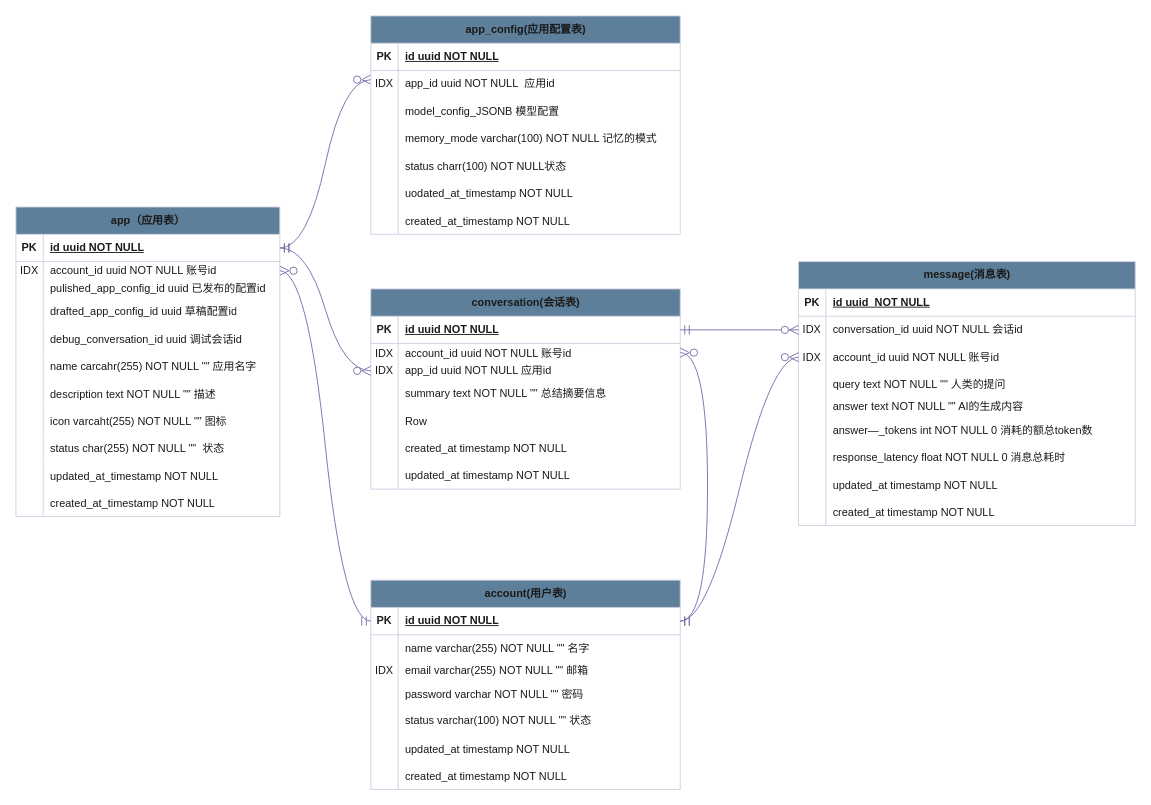
This is LLMOps数据库示意图.drawio from shlongqishi/llmops, a draw.io file, before an edit. Source tidied: cells renumbered, new cells numbered last; positions are measured from the earlier drawing's top-left corner, leaving out a move shared by most shapes. Both pictures are drawn from the tidied source at 91%, with x=0, y=0 at pixel (15, 15).
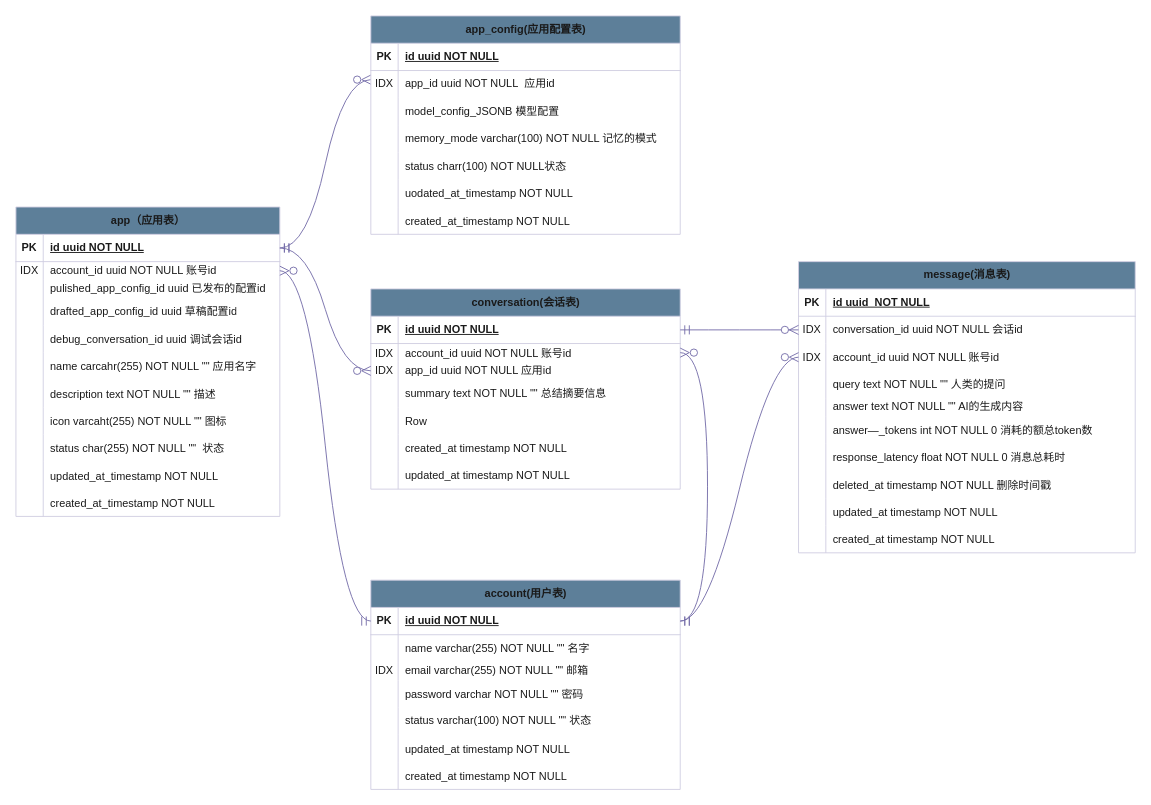
The same diagram, later.

Commit message:
更新LLMOps数据库示意图.drawio

Diff of the diagram source:
```diff
@@
     <mxCell id="81" value="message(消息表)" style="shape=table;startSize=30;childLayout=tableLayout;rowLines=0;fontStyle=1;align=center;html=1;labelBackgroundColor=none;fillColor=#5D7F99;strokeColor=#D0CEE2;fontColor=#1A1A1A;" parent="1" vertex="1">
-      <mxGeometry x="860" y="270" width="370" height="290" as="geometry" />
+      <mxGeometry x="860" y="270" width="370" height="320" as="geometry" />
     </mxCell>
@@
+    <mxCell id="136" style="shape=tableRow;horizontal=0;startSize=0;swimlaneHead=0;swimlaneBody=0;fillColor=none;top=0;left=0;right=0;bottom=0;strokeColor=#D0CEE2;fontColor=#1A1A1A;" parent="81" vertex="1">
+      <mxGeometry y="230" width="370" height="30" as="geometry" />
+    </mxCell>
+    <mxCell id="137" style="shape=partialRectangle;fillColor=none;top=0;left=0;bottom=0;right=0;overflow=hidden;strokeColor=#D0CEE2;fontColor=#1A1A1A;" parent="136" vertex="1">
+      <mxGeometry width="30" height="30" as="geometry" />
+    </mxCell>
+    <mxCell id="138" value="deleted_at timestamp NOT NULL 删除时间戳" style="shape=partialRectangle;fillColor=none;top=0;left=0;bottom=0;right=0;align=left;spacingLeft=6;overflow=hidden;strokeColor=#D0CEE2;fontColor=#1A1A1A;" parent="136" vertex="1">
+      <mxGeometry x="30" width="340" height="30" as="geometry" />
+    </mxCell>
     <mxCell id="103" style="shape=tableRow;horizontal=0;startSize=0;swimlaneHead=0;swimlaneBody=0;fillColor=none;top=0;left=0;right=0;bottom=0;labelBackgroundColor=none;strokeColor=#D0CEE2;fontColor=#1A1A1A;" parent="81" vertex="1">
-      <mxGeometry y="230" width="370" height="30" as="geometry" />
+      <mxGeometry y="260" width="370" height="30" as="geometry" />
     </mxCell>
@@
     <mxCell id="106" style="shape=tableRow;horizontal=0;startSize=0;swimlaneHead=0;swimlaneBody=0;fillColor=none;top=0;left=0;right=0;bottom=0;labelBackgroundColor=none;strokeColor=#D0CEE2;fontColor=#1A1A1A;" parent="81" vertex="1">
-      <mxGeometry y="260" width="370" height="30" as="geometry" />
+      <mxGeometry y="290" width="370" height="30" as="geometry" />
     </mxCell>
```
